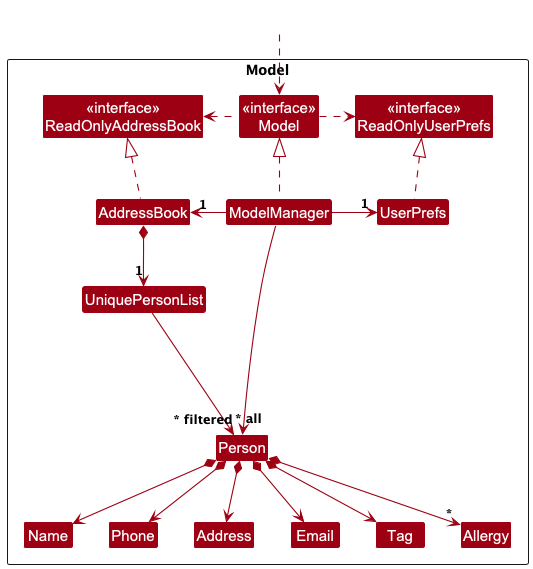
This is docs/images/ModelClassDiagram.png from nus-cs2103-AY2425S1/tp, a PlantUML export, as it was before one commit.
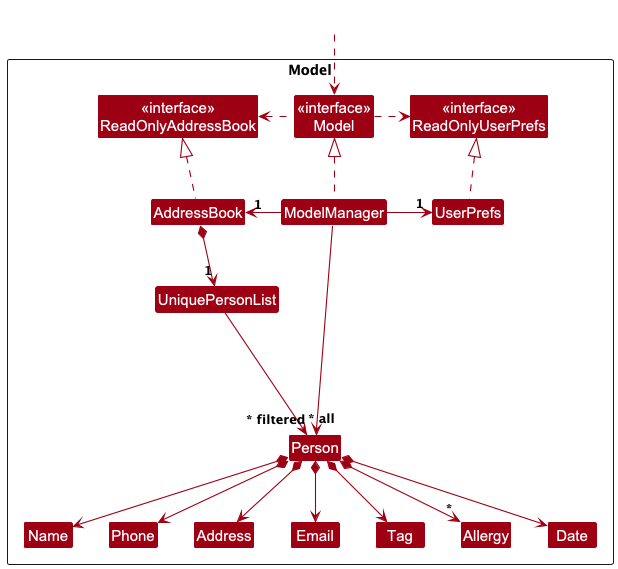
Above is the later version.

Change to the diagram source:
```diff
@@ -20,6 +20,7 @@
 Class Phone
 Class Tag
 Class Allergy
+Class Date
 
 Class I #FFFFFF
 }
@@ -44,6 +45,7 @@
 Person *--> Address
 Person *--> "*" Allergy
 Person *--> Tag
+Person *--> Date
 
 Person -[hidden]up--> I
 UniquePersonList -[hidden]right-> I
```
